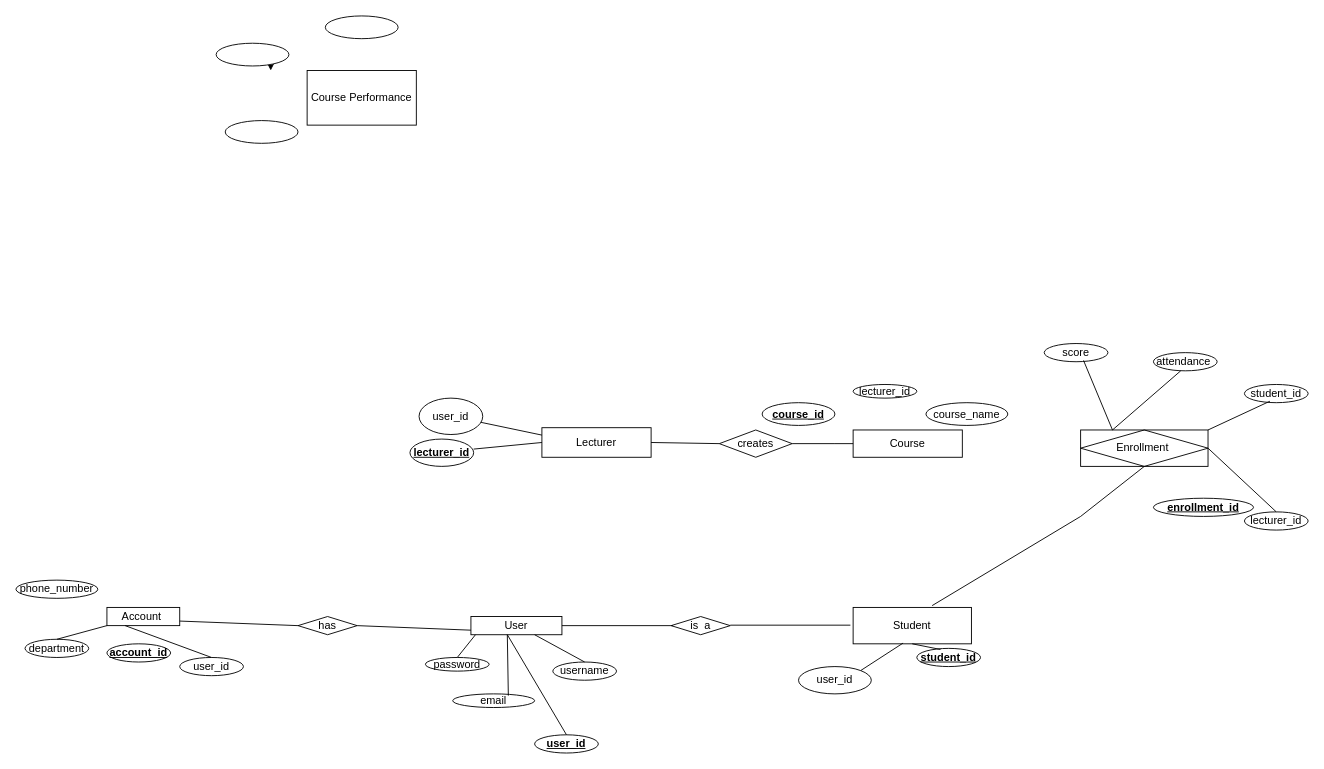
Before: Untitled Diagram.drawio in InnoMind002/InnoMind002, a draw.io diagram. Source tidied: cells renumbered, new cells numbered last; positions are measured from the earlier drawing's top-left corner, leaving out a move shared by most shapes. Both pictures are drawn from the tidied source at 91%, with x=0, y=0 at pixel (15, 15).
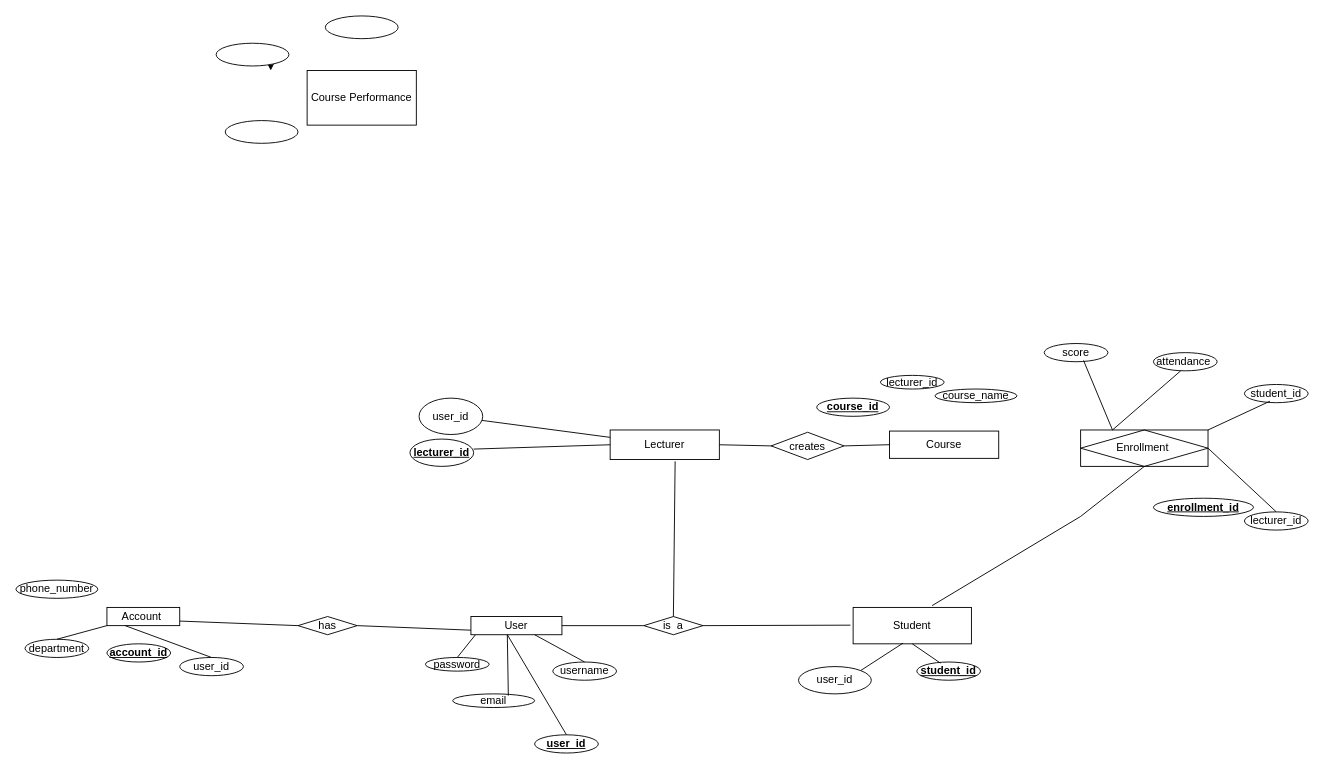
After the change.

Unchanged cells that the change refers to:
```xml
<mxCell id="29" value="User" style="rounded=0;whiteSpace=wrap;html=1;" parent="1" vertex="1">
  <mxGeometry x="500" y="660" width="100" height="20" as="geometry" />
</mxCell>
```

What changed in the source:
```diff
@@
     <mxCell id="2" value="Lecturer" style="rounded=0;whiteSpace=wrap;html=1;" parent="1" vertex="1">
-      <mxGeometry x="578" y="452.5" width="120" height="32.5" as="geometry" />
+      <mxGeometry x="653" y="455" width="120" height="32.5" as="geometry" />
     </mxCell>
     <mxCell id="3" value="Course" style="rounded=0;whiteSpace=wrap;html=1;" parent="1" vertex="1">
-      <mxGeometry x="920" y="455" width="120" height="30" as="geometry" />
+      <mxGeometry x="960" y="456.2" width="120" height="30" as="geometry" />
     </mxCell>
@@
-    <mxCell id="12" style="endArrow=none;html=1;rounded=0;entryX=0;entryY=0.25;entryDx=0;entryDy=0;" parent="1" edge="1">
+    <mxCell id="12" style="endArrow=none;html=1;rounded=0;entryX=0;entryY=0.25;entryDx=0;entryDy=0;exitX=1;exitY=0.5;exitDx=0;exitDy=0;" parent="1" edge="1" source="56">
       <mxGeometry relative="1" as="geometry">
-        <mxPoint x="785" y="669.5" as="sourcePoint" />
         <mxPoint x="917" y="669.5" as="targetPoint" />
       </mxGeometry>
     </mxCell>
@@
     <mxCell id="16" value="&lt;b&gt;&lt;u&gt;student_id&lt;/u&gt;&lt;/b&gt;" style="ellipse;whiteSpace=wrap;html=1;" parent="1" vertex="1">
-      <mxGeometry x="990" y="695" width="70" height="20" as="geometry" />
+      <mxGeometry x="990" y="710" width="70" height="20" as="geometry" />
     </mxCell>
@@
-    <mxCell id="18" value="creates" style="rhombus;whiteSpace=wrap;html=1;" parent="1" vertex="1">
-      <mxGeometry x="773" y="455" width="80" height="30" as="geometry" />
-    </mxCell>
@@
-    <mxCell id="20" style="endArrow=none;html=1;rounded=0;exitX=0;exitY=0.5;exitDx=0;exitDy=0;entryX=1;entryY=0.5;entryDx=0;entryDy=0;" parent="1" edge="1">
+    <mxCell id="20" style="endArrow=none;html=1;rounded=0;exitX=0;exitY=0.5;exitDx=0;exitDy=0;entryX=1;entryY=0.5;entryDx=0;entryDy=0;" parent="1" edge="1" source="18">
       <mxGeometry relative="1" as="geometry">
-        <mxPoint x="920" y="470" as="sourcePoint" />
         <mxPoint x="853" y="470" as="targetPoint" />
-        <Array as="points">
-          <mxPoint x="900" y="470" />
-        </Array>
       </mxGeometry>
     </mxCell>
@@
     <mxCell id="24" value="&lt;b&gt;&lt;u&gt;course_id&lt;/u&gt;&lt;/b&gt;" style="ellipse;whiteSpace=wrap;html=1;" parent="1" vertex="1">
-      <mxGeometry x="820" y="425" width="80" height="25" as="geometry" />
+      <mxGeometry x="880" y="420" width="80" height="20" as="geometry" />
     </mxCell>
@@
     <mxCell id="36" value="course_name" style="ellipse;whiteSpace=wrap;html=1;" parent="1" vertex="1">
-      <mxGeometry x="1000" y="425" width="90" height="25" as="geometry" />
+      <mxGeometry x="1010" y="410" width="90" height="15" as="geometry" />
     </mxCell>
     <mxCell id="37" value="lecturer_id" style="ellipse;whiteSpace=wrap;html=1;" parent="1" vertex="1">
-      <mxGeometry x="920" y="405" width="70" height="15" as="geometry" />
+      <mxGeometry x="950" y="395" width="70" height="15" as="geometry" />
     </mxCell>
@@
     <mxCell id="56" value="is&amp;nbsp; a" style="rhombus;whiteSpace=wrap;html=1;" parent="1" vertex="1">
-      <mxGeometry x="720" y="660" width="65" height="20" as="geometry" />
+      <mxGeometry x="690" y="660" width="65" height="20" as="geometry" />
     </mxCell>
-    <mxCell id="57" style="endArrow=none;html=1;rounded=0;entryX=0;entryY=0.25;entryDx=0;entryDy=0;exitX=1;exitY=0.5;exitDx=0;exitDy=0;" parent="1" edge="1" source="29">
+    <mxCell id="57" style="endArrow=none;html=1;rounded=0;exitX=1;exitY=0.5;exitDx=0;exitDy=0;" parent="1" edge="1" source="29">
       <mxGeometry relative="1" as="geometry">
-        <mxPoint x="722" y="670" as="targetPoint" />
+        <mxPoint x="690" y="670" as="targetPoint" />
       </mxGeometry>
     </mxCell>
+    <mxCell id="58" style="endArrow=none;html=1;rounded=0;exitX=0;exitY=0.5;exitDx=0;exitDy=0;entryX=1;entryY=0.5;entryDx=0;entryDy=0;" parent="1" edge="1" source="3" target="18">
+      <mxGeometry relative="1" as="geometry" />
+    </mxCell>
+    <mxCell id="18" value="creates" style="rhombus;whiteSpace=wrap;html=1;" parent="1" vertex="1">
+      <mxGeometry x="830" y="457.5" width="80" height="30" as="geometry" />
+    </mxCell>
+    <mxCell id="59" style="endArrow=none;html=1;rounded=0;exitX=0.5;exitY=0;exitDx=0;exitDy=0;entryX=0.595;entryY=1.06;entryDx=0;entryDy=0;entryPerimeter=0;" parent="1" edge="1" source="56" target="2">
+      <mxGeometry relative="1" as="geometry" />
+    </mxCell>
```
